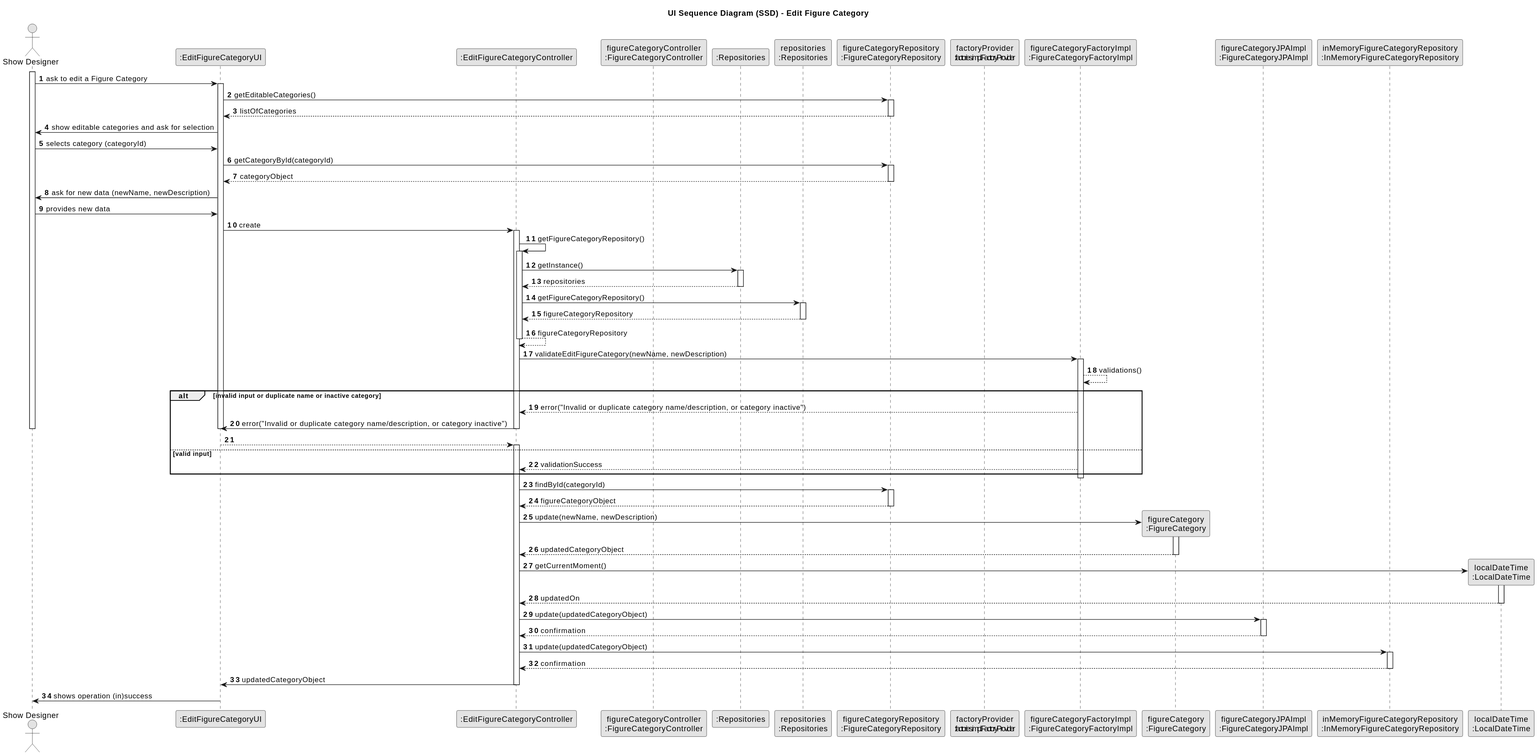
SAEmanuel/Shodrone_ISEP keeps this PlantUML diagram as docs/planning/sprint2/EAPLI/US246 - Edit figure category/03.design/svg/us246-sequence-diagram-full.svg. Above is the earlier version.
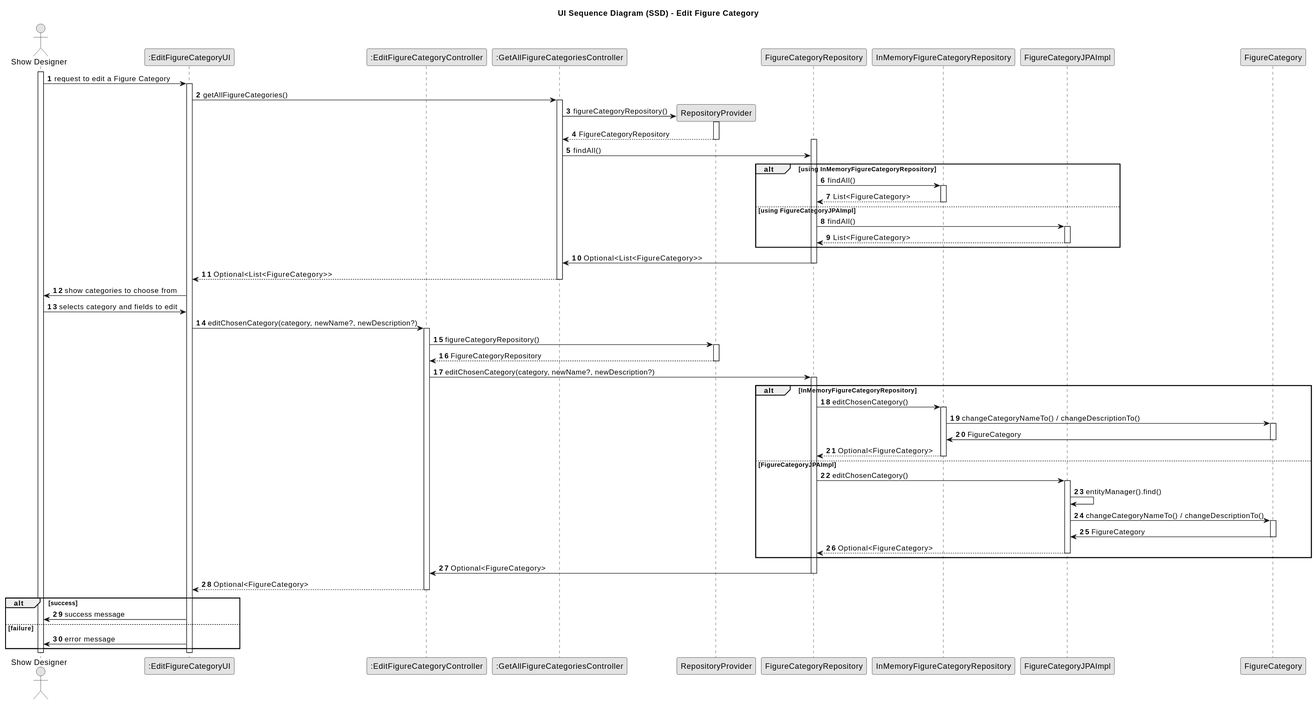
Later version of the same file.

Change to the diagram source:
```diff
@@ -7,110 +7,107 @@
 
 autonumber
 
-actor "Show Designer" as showDesigner
+actor "Show Designer" as SD
 participant ":EditFigureCategoryUI" as UI
 participant ":EditFigureCategoryController" as CTRL
-participant "figureCategoryController\n:FigureCategoryController" as catCtrl
-participant ":Repositories" as RepositorySingleton
-participant "repositories\n:Repositories" as PLAT
-participant "figureCategoryRepository\n:FigureCategoryRepository" as catRepo
+participant ":GetAllFigureCategoriesController" as FetchCtrl
+participant "RepositoryProvider" as Provider
+participant "FigureCategoryRepository" as Repo
+participant "InMemoryFigureCategoryRepository" as InMemRepo
+participant "FigureCategoryJPAImpl" as JpaRepo
+participant "FigureCategory" as Entity
 
-participant "factoryProvider\n:FactoryProvider" as factProv
-participant "figureCategoryFactoryImpl\n:FigureCategoryFactoryImpl" as catFactImpl
-participant "figureCategory\n:FigureCategory" as figureCategory
-participant "figureCategoryJPAImpl\n:FigureCategoryJPAImpl" as catJPA
-participant "inMemoryFigureCategoryRepository\n:InMemoryFigureCategoryRepository" as catMem
 
-participant "localDateTime\n:LocalDateTime" as localTime
 
-activate showDesigner
+activate SD
+SD -> UI : request to edit a Figure Category
+activate UI
 
-    showDesigner -> UI : ask to edit a Figure Category
-    activate UI
+UI -> FetchCtrl : getAllFigureCategories()
+activate FetchCtrl
 
-    UI -> catRepo : getEditableCategories()
-    activate catRepo
-        catRepo --> UI : listOfCategories
-    deactivate catRepo
+FetchCtrl -> Provider** : figureCategoryRepository()
+activate Provider
+Provider --> FetchCtrl : FigureCategoryRepository
+deactivate Provider
 
-    UI -> showDesigner : show editable categories and ask for selection
-    showDesigner -> UI : selects category (categoryId)
 
-    UI -> catRepo : getCategoryById(categoryId)
-    activate catRepo
-        catRepo --> UI : categoryObject
-    deactivate catRepo
+activate Repo
+FetchCtrl -> Repo : findAll()
 
-    UI -> showDesigner : ask for new data (newName, newDescription)
-    showDesigner -> UI : provides new data
+alt using InMemoryFigureCategoryRepository
+    Repo -> InMemRepo : findAll()
+    activate InMemRepo
 
-    UI -> CTRL : create
-    activate CTRL
+    InMemRepo --> Repo : List<FigureCategory>
+    deactivate InMemRepo
+else using FigureCategoryJPAImpl
+    Repo -> JpaRepo : findAll()
+    activate JpaRepo
 
-        CTRL -> CTRL : getFigureCategoryRepository()
-        activate CTRL
+    JpaRepo --> Repo : List<FigureCategory>
+    deactivate JpaRepo
+end
 
-            CTRL -> RepositorySingleton : getInstance()
-            activate RepositorySingleton
 
-                RepositorySingleton --> CTRL: repositories
-            deactivate RepositorySingleton
+Repo -> FetchCtrl: Optional<List<FigureCategory>>
+deactivate Repo
 
-            CTRL -> PLAT : getFigureCategoryRepository()
-            activate PLAT
 
-                PLAT --> CTRL: figureCategoryRepository
-            deactivate PLAT
-            CTRL --> CTRL : figureCategoryRepository
+FetchCtrl --> UI : Optional<List<FigureCategory>>
+deactivate FetchCtrl
 
-        deactivate CTRL
+UI -> SD : show categories to choose from
 
-        CTRL -> catFactImpl : validateEditFigureCategory(newName, newDescription)
-        activate catFactImpl
-            catFactImpl --> catFactImpl : validations()
-            alt invalid input or duplicate name or inactive category
-                catFactImpl --> CTRL : error("Invalid or duplicate category name/description, or category inactive")
-                CTRL -> UI : error("Invalid or duplicate category name/description, or category inactive")
-                deactivate CTRL
-                deactivate UI
-                deactivate showDesigner
-                return
-            else valid input
-            activate CTRL
-                catFactImpl --> CTRL : validationSuccess
-            end
-        deactivate catFactImpl
+SD -> UI : selects category and fields to edit
+UI -> CTRL : editChosenCategory(category, newName?, newDescription?)
+activate CTRL
 
-        CTRL -> catRepo : findById(categoryId)
-        activate catRepo
-            catRepo --> CTRL : figureCategoryObject
-        deactivate catRepo
+CTRL -> Provider : figureCategoryRepository()
+activate Provider
+Provider --> CTRL : FigureCategoryRepository
+deactivate Provider
 
-        CTRL -> figureCategory** : update(newName, newDescription)
-        activate figureCategory
-            figureCategory --> CTRL : updatedCategoryObject
-        deactivate figureCategory
+CTRL -> Repo : editChosenCategory(category, newName?, newDescription?)
+activate Repo
 
-        CTRL -> localTime** : getCurrentMoment()
-        activate localTime
-            localTime --> CTRL : updatedOn
-        deactivate localTime
+alt InMemoryFigureCategoryRepository
+    Repo -> InMemRepo : editChosenCategory()
+    activate InMemRepo
 
-        CTRL -> catJPA : update(updatedCategoryObject)
-        activate catJPA
-            catJPA --> CTRL : confirmation
-        deactivate catJPA
+    InMemRepo -> Entity : changeCategoryNameTo() / changeDescriptionTo()
+    activate Entity
 
-        CTRL -> catMem : update(updatedCategoryObject)
-        activate catMem
-            catMem --> CTRL : confirmation
-        deactivate catMem
+    Entity -> InMemRepo : FigureCategory
+    deactivate Entity
 
-        CTRL -> UI : updatedCategoryObject
-    deactivate CTRL
+    InMemRepo --> Repo : Optional<FigureCategory>
+else FigureCategoryJPAImpl
+    deactivate InMemRepo
+    Repo -> JpaRepo : editChosenCategory()
+    activate JpaRepo
+    JpaRepo -> JpaRepo : entityManager().find()
+    JpaRepo -> Entity : changeCategoryNameTo() / changeDescriptionTo()
 
-    UI -> showDesigner : shows operation (in)success
+    activate Entity
+
+    Entity -> JpaRepo : FigureCategory
+    deactivate Entity
+    JpaRepo --> Repo : Optional<FigureCategory>
+    deactivate JpaRepo
+end
+    Repo -> CTRL : Optional<FigureCategory>
+    deactivate Repo
+
+CTRL --> UI : Optional<FigureCategory>
+deactivate CTRL
+
+alt success
+    UI -> SD : success message
+else failure
+    UI -> SD : error message
+end
 
 deactivate UI
-deactivate showDesigner
+deactivate SD
 @enduml
```
